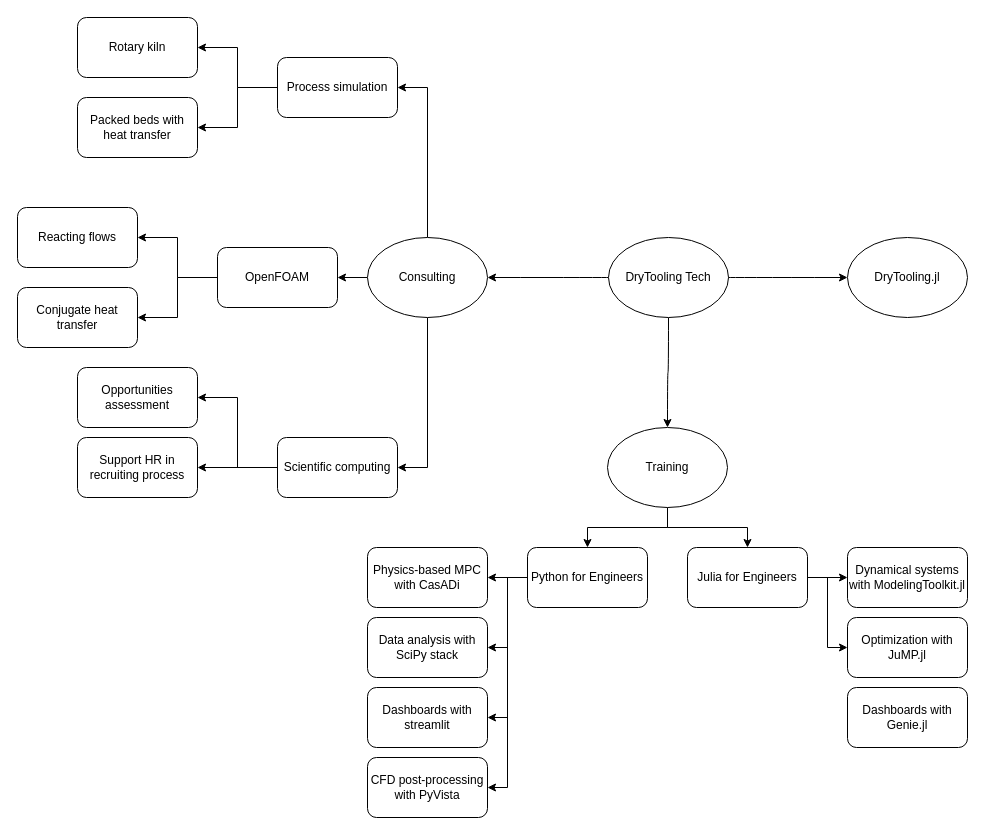
Earlier version of the draw.io diagram drytooling.drawio (wallytutor/mind-maps). Source tidied: cells renumbered, new cells numbered last; positions are measured from the earlier drawing's top-left corner, leaving out a move shared by most shapes. Both pictures are drawn from the tidied source at 100%, with x=0, y=0 at pixel (17, 17).
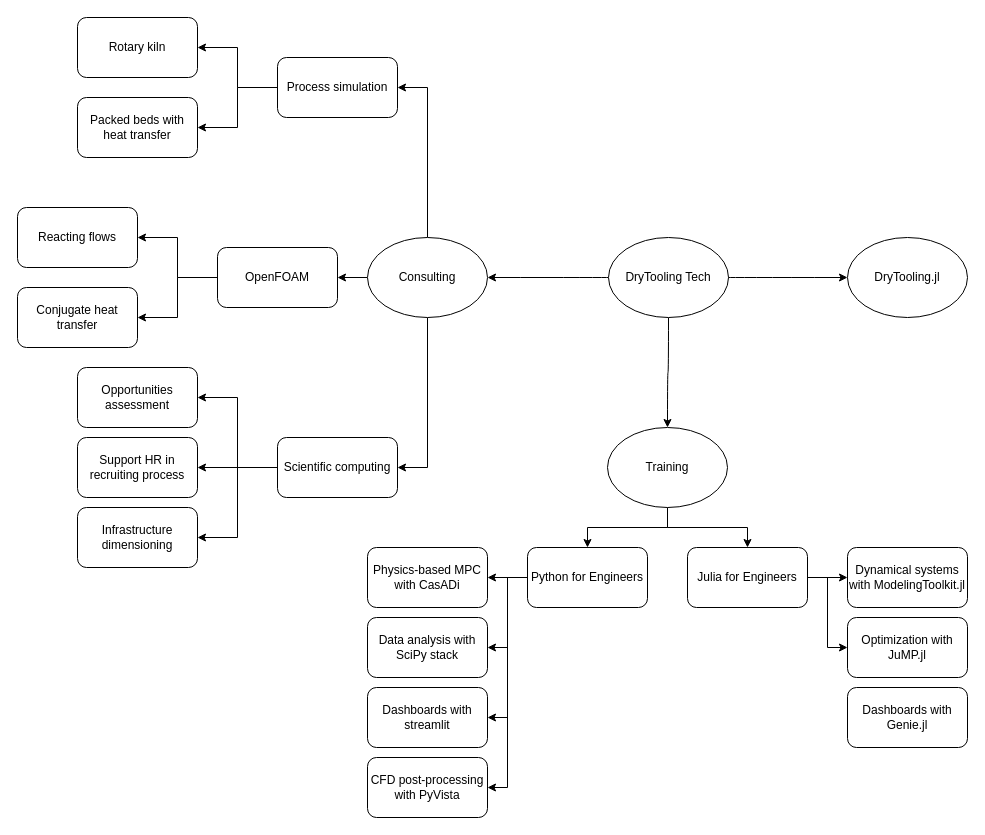
After the change.

The change refers to these unchanged cells:
```xml
<mxCell id="41" value="Scientific computing" style="rounded=1;whiteSpace=wrap;html=1;" parent="1" vertex="1">
  <mxGeometry x="260" y="420" width="120" height="60" as="geometry" />
</mxCell>
```

Change to the diagram source:
```diff
@@
+    <mxCell id="44" style="edgeStyle=orthogonalEdgeStyle;rounded=0;jettySize=auto;html=1;entryX=1;entryY=0.5;entryDx=0;entryDy=0;" parent="1" edge="1" source="41" target="45">
+      <mxGeometry relative="1" as="geometry" />
+    </mxCell>
@@
+    <mxCell id="45" value="Infrastructure dimensioning" style="rounded=1;whiteSpace=wrap;html=1;" parent="1" vertex="1">
+      <mxGeometry x="60" y="490" width="120" height="60" as="geometry" />
+    </mxCell>
```
